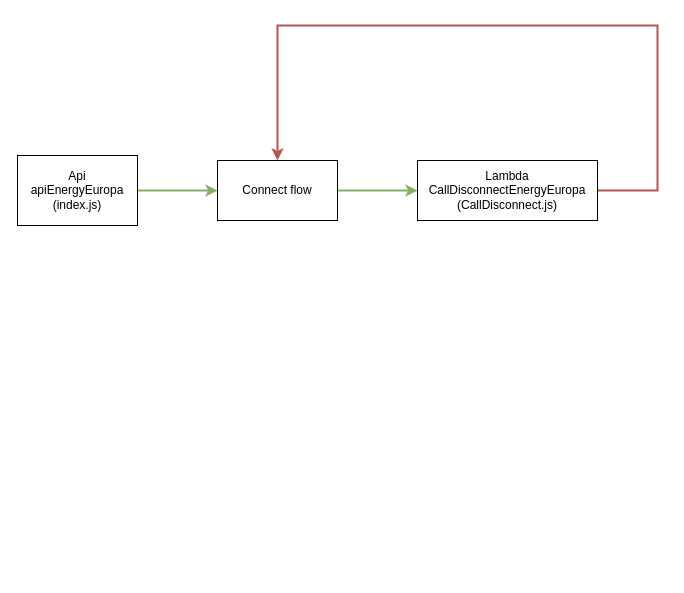
This is Omnibot/Demo_omnibot.drawio from Ever-417/diagramas, a draw.io file, before an edit. Source tidied: cells renumbered, new cells numbered last; positions are measured from the earlier drawing's top-left corner, leaving out a move shared by most shapes. Both pictures are drawn from the tidied source at 100%, with x=0, y=0 at pixel (17, 25).
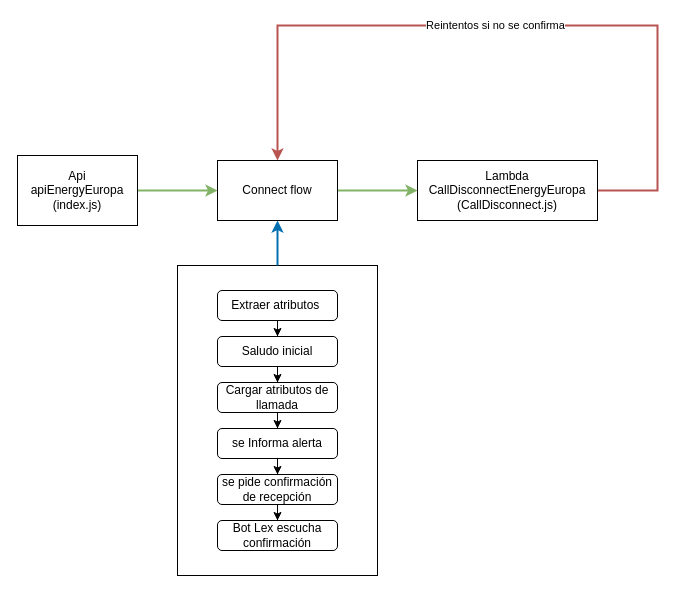
Above is the later version.

Commit message:
Actualizar Omnibot/Demo_omnibot.drawio

The change refers to these unchanged cells:
```xml
<mxCell id="5" value="Connect flow" style="rounded=0;whiteSpace=wrap;html=1;" parent="1" vertex="1">
  <mxGeometry x="200" y="135" width="120" height="60" as="geometry" />
</mxCell>
<mxCell id="6" style="edgeStyle=orthogonalEdgeStyle;rounded=0;jettySize=auto;html=1;entryX=0.5;entryY=0;entryDx=0;entryDy=0;fillColor=#f8cecc;strokeColor=#b85450;strokeWidth=2;" parent="1" edge="1" source="7" target="5">
  <mxGeometry relative="1" as="geometry">
    <Array as="points">
      <mxPoint x="640" y="165" />
      <mxPoint x="640" />
      <mxPoint x="260" />
    </Array>
  </mxGeometry>
</mxCell>
```

Change to the diagram source:
```diff
@@
+    <mxCell id="8" value="Reintentos si no se confirma" style="edgeLabel;html=1;align=center;verticalAlign=middle;" parent="6" vertex="1">
+      <mxGeometry x="0.05" y="-1" relative="1" as="geometry">
+        <mxPoint x="1" as="offset" />
+      </mxGeometry>
+    </mxCell>
@@
+    <mxCell id="9" style="group;" parent="1" vertex="1">
+      <mxGeometry x="160" y="240" width="200" height="310" as="geometry" />
+    </mxCell>
+    <mxCell id="10" style="whiteSpace=wrap;html=1;" parent="9" vertex="1">
+      <mxGeometry width="200" height="310" as="geometry" />
+    </mxCell>
+    <mxCell id="11" style="group;" parent="9" vertex="1">
+      <mxGeometry x="40" y="25" width="120" height="260" as="geometry" />
+    </mxCell>
+    <mxCell id="12" style="edgeStyle=orthogonalEdgeStyle;rounded=0;jettySize=auto;html=1;entryX=0.5;entryY=0;entryDx=0;entryDy=0;" parent="11" edge="1" source="13" target="15">
+      <mxGeometry relative="1" as="geometry" />
+    </mxCell>
+    <mxCell id="13" value="Extraer atributos&amp;nbsp;" style="rounded=1;whiteSpace=wrap;html=1;" parent="11" vertex="1">
+      <mxGeometry width="120" height="30" as="geometry" />
+    </mxCell>
+    <mxCell id="14" style="edgeStyle=orthogonalEdgeStyle;rounded=0;jettySize=auto;html=1;entryX=0.5;entryY=0;entryDx=0;entryDy=0;" parent="11" edge="1" source="15" target="17">
+      <mxGeometry relative="1" as="geometry" />
+    </mxCell>
+    <mxCell id="15" value="Saludo inicial" style="rounded=1;whiteSpace=wrap;html=1;" parent="11" vertex="1">
+      <mxGeometry y="46" width="120" height="30" as="geometry" />
+    </mxCell>
+    <mxCell id="16" style="edgeStyle=orthogonalEdgeStyle;rounded=0;jettySize=auto;html=1;entryX=0.5;entryY=0;entryDx=0;entryDy=0;" parent="11" edge="1" source="17" target="19">
+      <mxGeometry relative="1" as="geometry" />
+    </mxCell>
+    <mxCell id="17" value="Cargar atributos de llamada" style="rounded=1;whiteSpace=wrap;html=1;" parent="11" vertex="1">
+      <mxGeometry y="92" width="120" height="30" as="geometry" />
+    </mxCell>
+    <mxCell id="18" style="edgeStyle=orthogonalEdgeStyle;rounded=0;jettySize=auto;html=1;entryX=0.5;entryY=0;entryDx=0;entryDy=0;" parent="11" edge="1" source="19" target="21">
+      <mxGeometry relative="1" as="geometry" />
+    </mxCell>
+    <mxCell id="19" value="se Informa alerta" style="rounded=1;whiteSpace=wrap;html=1;" parent="11" vertex="1">
+      <mxGeometry y="138" width="120" height="30" as="geometry" />
+    </mxCell>
+    <mxCell id="20" style="edgeStyle=orthogonalEdgeStyle;rounded=0;jettySize=auto;html=1;entryX=0.5;entryY=0;entryDx=0;entryDy=0;" parent="11" edge="1" source="21" target="22">
+      <mxGeometry relative="1" as="geometry" />
+    </mxCell>
+    <mxCell id="21" value="se pide confirmación de recepción" style="rounded=1;whiteSpace=wrap;html=1;" parent="11" vertex="1">
+      <mxGeometry y="184" width="120" height="30" as="geometry" />
+    </mxCell>
+    <mxCell id="22" value="Bot Lex escucha confirmación" style="rounded=1;whiteSpace=wrap;html=1;" parent="11" vertex="1">
+      <mxGeometry y="230" width="120" height="30" as="geometry" />
+    </mxCell>
+    <mxCell id="23" style="edgeStyle=orthogonalEdgeStyle;rounded=0;jettySize=auto;html=1;entryX=0.5;entryY=1;entryDx=0;entryDy=0;fillColor=#1ba1e2;strokeColor=#006EAF;strokeWidth=2;" parent="1" edge="1" source="10" target="5">
+      <mxGeometry relative="1" as="geometry" />
+    </mxCell>
```
